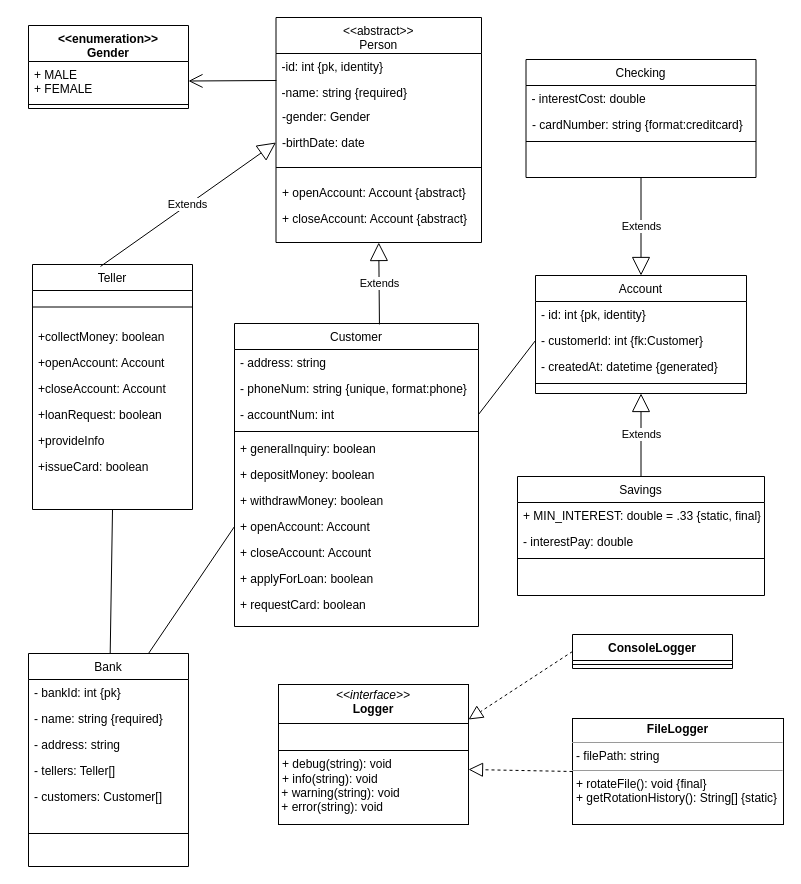
michelmbem/DrawioCodeGenerator keeps this draw.io diagram as examples/simple_class_diagram.drawio. Above is the earlier version. Source tidied: cells renumbered, new cells numbered last; positions are measured from the earlier drawing's top-left corner, leaving out a move shared by most shapes. Both pictures are drawn from the tidied source at 100%, with x=0, y=0 at pixel (28, 17).
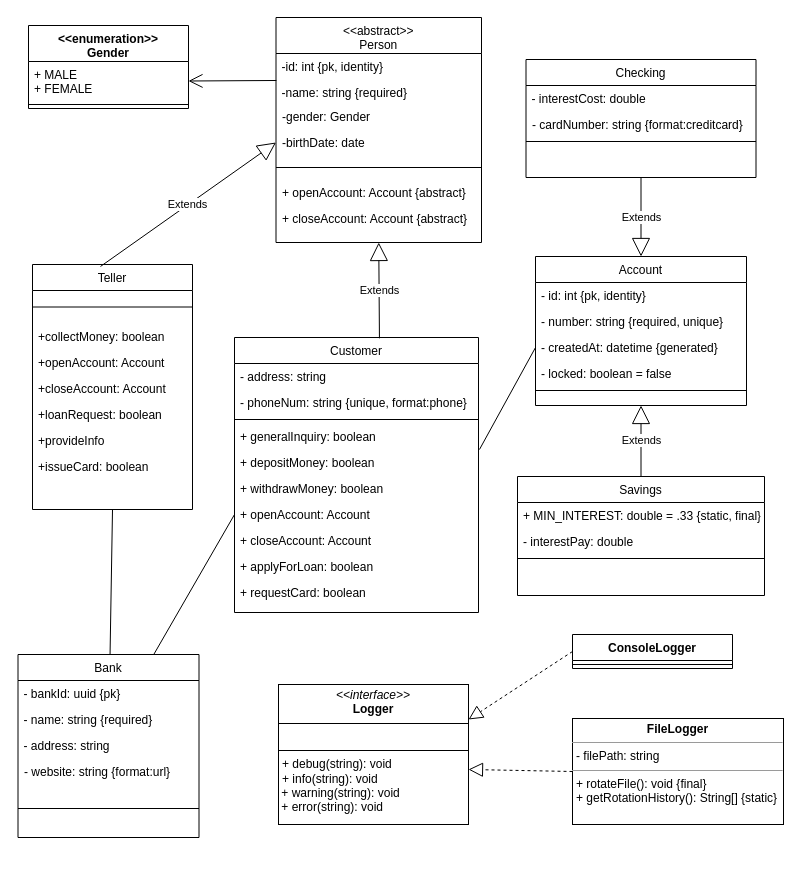
Above is the later version.

The change refers to these unchanged cells:
```xml
<mxCell id="13" value="- createdAt: datetime {generated}" style="text;strokeColor=none;fillColor=none;align=left;verticalAlign=top;spacingLeft=4;spacingRight=4;overflow=hidden;points=[[0,0.5],[1,0.5]];portConstraint=eastwest;whiteSpace=wrap;html=1;" parent="10" vertex="1">
  <mxGeometry y="78" width="211" height="26" as="geometry" />
</mxCell>
```

Diff of the diagram source:
```diff
@@
     <mxCell id="10" value="Account" style="swimlane;fontStyle=0;align=center;verticalAlign=top;horizontal=1;startSize=26;rounded=0;shadow=0;strokeWidth=1;" parent="1" vertex="1">
-      <mxGeometry x="507" y="258" width="211" height="118" as="geometry" />
+      <mxGeometry x="507" y="239" width="211" height="149" as="geometry" />
     </mxCell>
@@
-    <mxCell id="12" value="- customerId: int {fk:Customer}" style="text;align=left;verticalAlign=top;spacingLeft=4;spacingRight=4;overflow=hidden;points=[[0,0.5],[1,0.5]];portConstraint=eastwest;rounded=0;shadow=0;html=0;" parent="10" vertex="1">
-      <mxGeometry y="52" width="211" height="26" as="geometry" />
-    </mxCell>
+    <mxCell id="67" value="- number: string {required, unique}" style="text;strokeColor=none;fillColor=none;align=left;verticalAlign=top;spacingLeft=4;spacingRight=4;overflow=hidden;whiteSpace=wrap;html=1;" parent="10" vertex="1">
+      <mxGeometry y="52" width="211" height="26" as="geometry" />
+    </mxCell>
@@
+    <mxCell id="68" value="- locked: boolean = false" style="text;strokeColor=none;fillColor=none;align=left;verticalAlign=top;spacingLeft=4;spacingRight=4;overflow=hidden;whiteSpace=wrap;html=1;" parent="10" vertex="1">
+      <mxGeometry y="104" width="211" height="26" as="geometry" />
+    </mxCell>
     <mxCell id="14" style="line;html=1;strokeWidth=1;align=left;verticalAlign=middle;spacingTop=-1;spacingLeft=3;spacingRight=3;labelPosition=right;" parent="10" vertex="1">
-      <mxGeometry y="104" width="211" height="8" as="geometry" />
+      <mxGeometry y="130" width="211" height="8" as="geometry" />
     </mxCell>
@@
     <mxCell id="23" value="Customer" style="swimlane;fontStyle=0;align=center;verticalAlign=top;horizontal=1;startSize=26;rounded=0;shadow=0;strokeWidth=1;" parent="1" vertex="1">
-      <mxGeometry x="206" y="306" width="244" height="303" as="geometry" />
+      <mxGeometry x="206" y="320" width="244" height="275" as="geometry" />
     </mxCell>
@@
-    <mxCell id="26" value="- accountNum: int" style="text;align=left;verticalAlign=top;spacingLeft=4;spacingRight=4;overflow=hidden;points=[[0,0.5],[1,0.5]];portConstraint=eastwest;rounded=0;shadow=0;html=0;" parent="23" vertex="1">
-      <mxGeometry y="78" width="244" height="26" as="geometry" />
-    </mxCell>
     <mxCell id="27" style="line;html=1;strokeWidth=1;align=left;verticalAlign=middle;spacingTop=-1;spacingLeft=3;spacingRight=3;labelPosition=right;" parent="23" vertex="1">
-      <mxGeometry y="104" width="244" height="8" as="geometry" />
+      <mxGeometry y="78" width="244" height="8" as="geometry" />
     </mxCell>
     <mxCell id="28" value="+ generalInquiry: boolean" style="text;align=left;verticalAlign=top;spacingLeft=4;spacingRight=4;overflow=hidden;points=[[0,0.5],[1,0.5]];portConstraint=eastwest;" parent="23" vertex="1">
-      <mxGeometry y="112" width="244" height="26" as="geometry" />
+      <mxGeometry y="86" width="244" height="26" as="geometry" />
     </mxCell>
     <mxCell id="29" value="+ depositMoney: boolean" style="text;align=left;verticalAlign=top;spacingLeft=4;spacingRight=4;overflow=hidden;" parent="23" vertex="1">
-      <mxGeometry y="138" width="244" height="26" as="geometry" />
+      <mxGeometry y="112" width="244" height="26" as="geometry" />
     </mxCell>
     <mxCell id="30" value="+ withdrawMoney: boolean" style="text;align=left;verticalAlign=top;spacingLeft=4;spacingRight=4;overflow=hidden;" parent="23" vertex="1">
-      <mxGeometry y="164" width="244" height="26" as="geometry" />
+      <mxGeometry y="138" width="244" height="26" as="geometry" />
     </mxCell>
     <mxCell id="31" value="+ openAccount: Account" style="text;align=left;verticalAlign=top;spacingLeft=4;spacingRight=4;overflow=hidden;points=[[0,0.5],[1,0.5]];portConstraint=eastwest;" parent="23" vertex="1">
-      <mxGeometry y="190" width="244" height="26" as="geometry" />
+      <mxGeometry y="164" width="244" height="26" as="geometry" />
     </mxCell>
     <mxCell id="32" value="+ closeAccount: Account" style="text;align=left;verticalAlign=top;spacingLeft=4;spacingRight=4;overflow=hidden;" parent="23" vertex="1">
-      <mxGeometry y="216" width="244" height="26" as="geometry" />
+      <mxGeometry y="190" width="244" height="26" as="geometry" />
     </mxCell>
     <mxCell id="33" value="+ applyForLoan: boolean" style="text;align=left;verticalAlign=top;spacingLeft=4;spacingRight=4;overflow=hidden;" parent="23" vertex="1">
-      <mxGeometry y="242" width="244" height="26" as="geometry" />
+      <mxGeometry y="216" width="244" height="26" as="geometry" />
     </mxCell>
     <mxCell id="34" value="+ requestCard: boolean" style="text;align=left;verticalAlign=top;spacingLeft=4;spacingRight=4;overflow=hidden;" parent="23" vertex="1">
-      <mxGeometry y="268" width="244" height="26" as="geometry" />
+      <mxGeometry y="242" width="244" height="26" as="geometry" />
     </mxCell>
@@
-    <mxCell id="46" style="endArrow=none;html=1;entryX=0;entryY=0.5;entryDx=0;entryDy=0;exitX=1;exitY=0.5;exitDx=0;exitDy=0;" parent="1" edge="1" source="26" target="12">
+    <mxCell id="46" style="endArrow=none;html=1;entryX=0;entryY=0.5;entryDx=0;entryDy=0;exitX=1.004;exitY=1;exitDx=0;exitDy=0;exitPerimeter=0;" parent="1" edge="1" source="28" target="13">
       <mxGeometry relative="1" as="geometry" />
     </mxCell>
     <mxCell id="47" value="Bank" style="swimlane;fontStyle=0;align=center;verticalAlign=top;horizontal=1;startSize=26;rounded=0;shadow=0;strokeWidth=1;" parent="1" vertex="1">
-      <mxGeometry y="636" width="160" height="213" as="geometry" />
+      <mxGeometry x="-10.5" y="637" width="181" height="183" as="geometry" />
     </mxCell>
-    <mxCell id="48" value="- bankId: int {pk}" style="text;align=left;verticalAlign=top;spacingLeft=4;spacingRight=4;overflow=hidden;" parent="47" vertex="1">
-      <mxGeometry y="26" width="160" height="26" as="geometry" />
+    <mxCell id="48" value="- bankId: uuid {pk}" style="text;align=left;verticalAlign=top;spacingLeft=4;spacingRight=4;overflow=hidden;" parent="47" vertex="1">
+      <mxGeometry y="26" width="181" height="26" as="geometry" />
     </mxCell>
     <mxCell id="49" value="- name: string {required}" style="text;align=left;verticalAlign=top;spacingLeft=4;spacingRight=4;overflow=hidden;rounded=0;shadow=0;html=0;" parent="47" vertex="1">
-      <mxGeometry y="52" width="160" height="26" as="geometry" />
+      <mxGeometry y="52" width="181" height="26" as="geometry" />
     </mxCell>
     <mxCell id="50" value="- address: string" style="text;align=left;verticalAlign=top;spacingLeft=4;spacingRight=4;overflow=hidden;rounded=0;shadow=0;html=0;" parent="47" vertex="1">
-      <mxGeometry y="78" width="160" height="26" as="geometry" />
+      <mxGeometry y="78" width="181" height="26" as="geometry" />
     </mxCell>
-    <mxCell id="51" value="- tellers: Teller[]" style="text;align=left;verticalAlign=top;spacingLeft=4;spacingRight=4;overflow=hidden;rounded=0;shadow=0;html=0;" parent="47" vertex="1">
-      <mxGeometry y="104" width="160" height="26" as="geometry" />
-    </mxCell>
-    <mxCell id="52" value="- customers: Customer[]" style="text;align=left;verticalAlign=top;spacingLeft=4;spacingRight=4;overflow=hidden;rounded=0;shadow=0;html=0;" parent="47" vertex="1">
-      <mxGeometry y="130" width="160" height="26" as="geometry" />
-    </mxCell>
+    <mxCell id="69" value="- website: string {format:url}" style="text;strokeColor=none;fillColor=none;align=left;verticalAlign=top;spacingLeft=4;spacingRight=4;overflow=hidden;whiteSpace=wrap;html=1;" parent="47" vertex="1">
+      <mxGeometry y="104" width="181" height="26" as="geometry" />
+    </mxCell>
     <mxCell id="53" style="line;html=1;strokeWidth=1;align=left;verticalAlign=middle;spacingTop=-1;spacingLeft=3;spacingRight=3;labelPosition=right;" parent="47" vertex="1">
-      <mxGeometry y="156" width="160" height="48" as="geometry" />
+      <mxGeometry y="130" width="181" height="48" as="geometry" />
     </mxCell>
```
